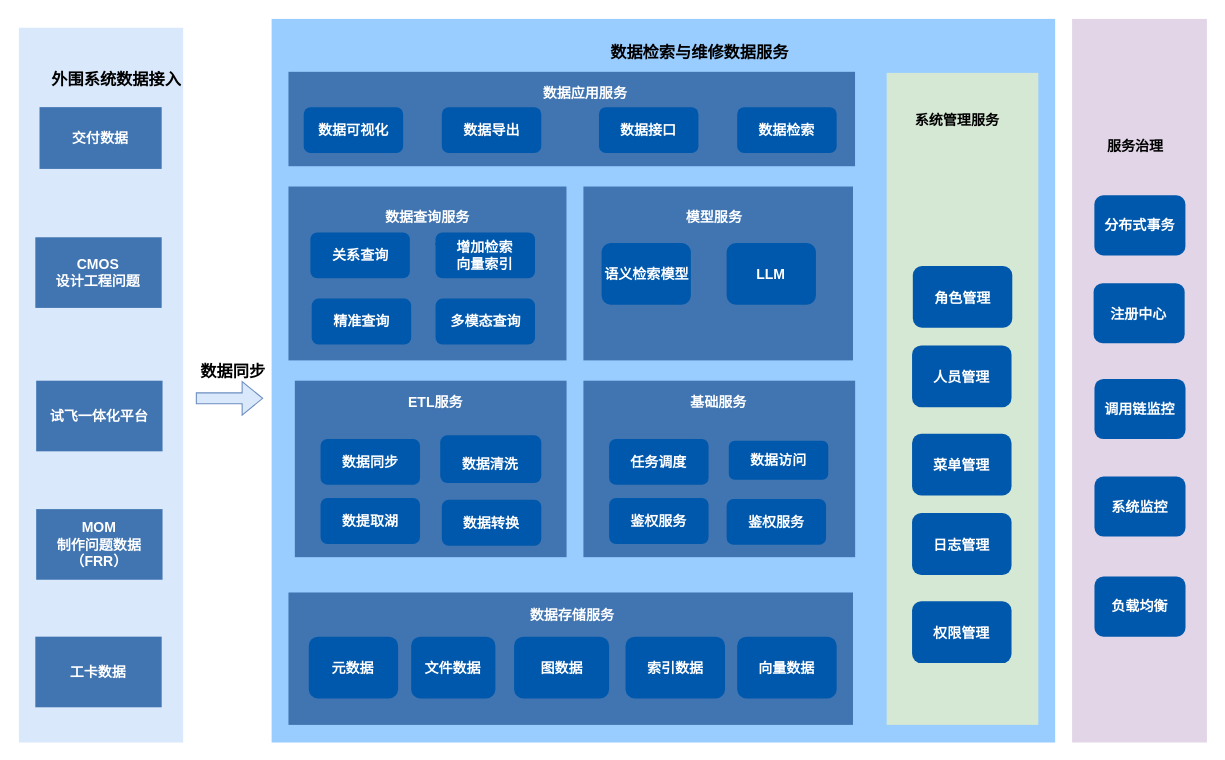
Earlier version of the draw.io diagram 数据检索与维修数据服/数据检索与维修数据服.drawio (DemonHan/KuickBuy). Source tidied: cells renumbered, new cells numbered last; positions are measured from the earlier drawing's top-left corner, leaving out a move shared by most shapes. Both pictures are drawn from the tidied source at 108%, with x=0, y=0 at pixel (18, 18).
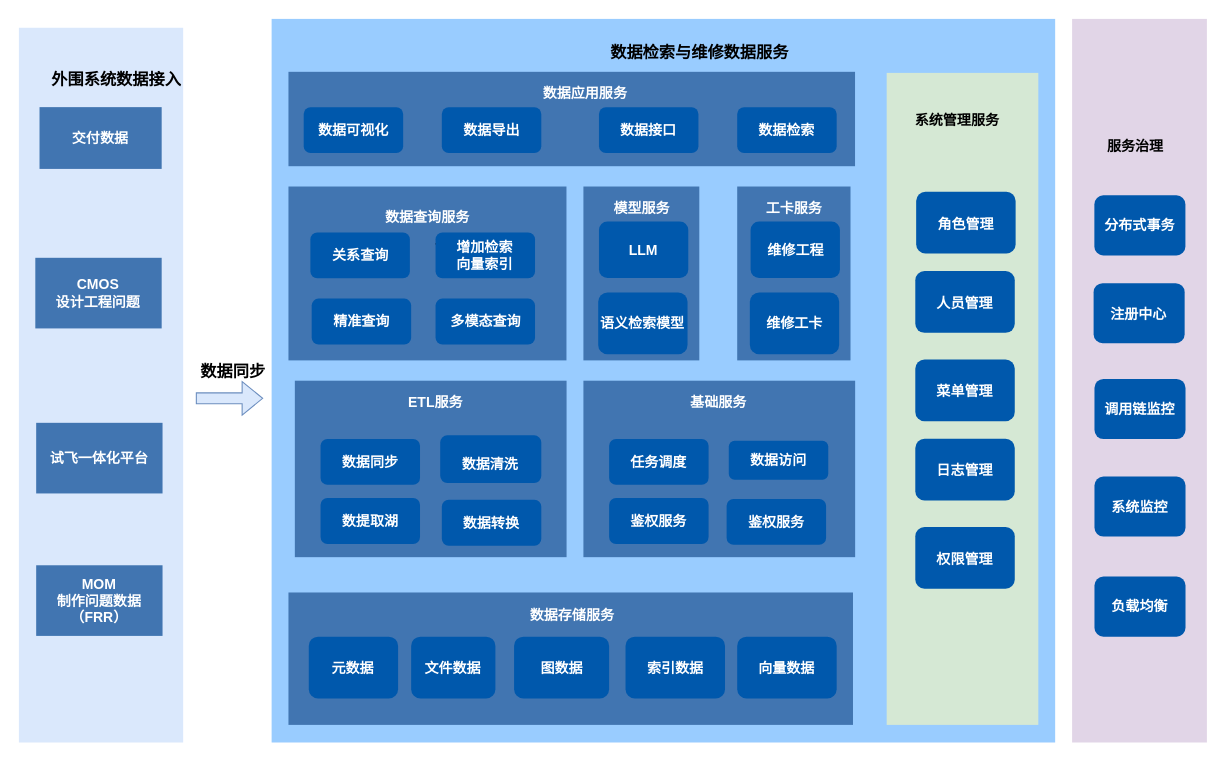
The same page after the edit.

Commit message (it also covers changes not shown here):
更新数据检索与维修数据服.drawio

Change to the diagram source:
```diff
@@
     <mxCell id="8" value="&lt;span style=&quot;color: rgb(255, 255, 255);&quot;&gt;CMOS&lt;/span&gt;&lt;div style=&quot;color: rgb(255, 255, 255);&quot;&gt;设计工程问题&lt;/div&gt;" style="rounded=0;whiteSpace=wrap;html=1;fillColor=#4175B1;fontStyle=1;fontSize=13;strokeColor=none;" parent="1" vertex="1">
-      <mxGeometry x="15.2" y="202.2" width="117" height="65.4" as="geometry" />
+      <mxGeometry x="15.2" y="221.2" width="117" height="65.4" as="geometry" />
     </mxCell>
     <mxCell id="9" value="&lt;span style=&quot;color: rgb(255, 255, 255);&quot;&gt;试飞一体化平台&lt;/span&gt;" style="rounded=0;whiteSpace=wrap;html=1;fillColor=#4175B1;fontStyle=1;fontSize=13;strokeColor=none;" parent="1" vertex="1">
-      <mxGeometry x="16" y="335" width="117" height="65.4" as="geometry" />
+      <mxGeometry x="16" y="374" width="117" height="65.4" as="geometry" />
     </mxCell>
     <mxCell id="10" value="&lt;span style=&quot;color: rgb(255, 255, 255);&quot;&gt;MOM&lt;/span&gt;&lt;div style=&quot;color: rgb(255, 255, 255);&quot;&gt;制作问题数据（FRR）&lt;/div&gt;" style="rounded=0;whiteSpace=wrap;html=1;fillColor=#4175B1;fontStyle=1;fontSize=13;strokeColor=none;" parent="1" vertex="1">
-      <mxGeometry x="16" y="453.9" width="117" height="65.4" as="geometry" />
+      <mxGeometry x="16" y="505.9" width="117" height="65.4" as="geometry" />
     </mxCell>
@@
     <mxCell id="20" style="group;" parent="1" vertex="1">
-      <mxGeometry x="827.7" y="228.8" width="92.1" height="57.2" as="geometry" />
+      <mxGeometry x="830.8" y="160" width="92.1" height="57.2" as="geometry" />
     </mxCell>
@@
     <mxCell id="23" style="group;" parent="1" vertex="1">
-      <mxGeometry x="827" y="302.3" width="92.1" height="57.2" as="geometry" />
+      <mxGeometry x="830" y="233.5" width="92.1" height="57.2" as="geometry" />
     </mxCell>
@@
     <mxCell id="26" style="group;" parent="1" vertex="1">
-      <mxGeometry x="827" y="375.9" width="92.1" height="57.2" as="geometry" />
+      <mxGeometry x="830" y="307.1" width="92.1" height="57.2" as="geometry" />
     </mxCell>
@@
     <mxCell id="29" style="group;" parent="1" vertex="1">
-      <mxGeometry x="827" y="449.4" width="92.1" height="57.2" as="geometry" />
+      <mxGeometry x="830" y="380.6" width="92.1" height="57.2" as="geometry" />
     </mxCell>
@@
     <mxCell id="32" style="group;" parent="1" vertex="1">
-      <mxGeometry x="827" y="539.3" width="92.1" height="57.2" as="geometry" />
+      <mxGeometry x="830" y="470.5" width="92.1" height="57.2" as="geometry" />
     </mxCell>
@@
-    <mxCell id="58" value="&lt;span style=&quot;color: rgb(255, 255, 255);&quot;&gt;工卡数据&lt;/span&gt;" style="rounded=0;whiteSpace=wrap;html=1;fillColor=#4175B1;fontStyle=1;fontSize=13;strokeColor=none;" parent="1" vertex="1">
-      <mxGeometry x="15.2" y="572" width="117" height="65.4" as="geometry" />
-    </mxCell>
@@
     <mxCell id="83" style="rounded=0;whiteSpace=wrap;html=1;fillColor=#4175B1;fontStyle=1;fontSize=13;strokeColor=none;" parent="1" vertex="1">
-      <mxGeometry x="522.7" y="155.2" width="249.6" height="161" as="geometry" />
+      <mxGeometry x="522.7" y="155.2" width="107.3" height="161" as="geometry" />
     </mxCell>
     <mxCell id="84" value="模型服务" style="text;html=1;align=center;verticalAlign=middle;whiteSpace=wrap;rounded=0;fontStyle=1;fontSize=13;strokeColor=none;fontColor=#FFFFFF;" parent="1" vertex="1">
-      <mxGeometry x="608.5" y="171.6" width="70.2" height="24.5" as="geometry" />
+      <mxGeometry x="542.3" y="163" width="70.2" height="24.5" as="geometry" />
     </mxCell>
     <mxCell id="85" value="语义检索模型" style="rounded=1;whiteSpace=wrap;html=1;fontStyle=1;fontSize=13;strokeColor=none;fillColor=#0058AC;fontColor=#FFFFFF;" parent="1" vertex="1">
-      <mxGeometry x="539.5" y="207.5" width="82.7" height="57.2" as="geometry" />
+      <mxGeometry x="536.4" y="253.3" width="82.7" height="57.2" as="geometry" />
     </mxCell>
     <mxCell id="86" value="LLM" style="rounded=1;whiteSpace=wrap;html=1;fontStyle=1;fontSize=13;strokeColor=none;fillColor=#0058AC;fontColor=#FFFFFF;" parent="1" vertex="1">
-      <mxGeometry x="655.3" y="207.5" width="82.7" height="57.2" as="geometry" />
+      <mxGeometry x="537.1" y="187.5" width="82.7" height="52.5" as="geometry" />
     </mxCell>
@@
+    <mxCell id="88" style="rounded=0;whiteSpace=wrap;html=1;fillColor=#4175B1;fontStyle=1;fontSize=13;strokeColor=none;" parent="1" vertex="1">
+      <mxGeometry x="665.1" y="155.2" width="104.9" height="161" as="geometry" />
+    </mxCell>
+    <mxCell id="89" value="工卡服务" style="text;html=1;align=center;verticalAlign=middle;whiteSpace=wrap;rounded=0;fontStyle=1;fontSize=13;strokeColor=none;fontColor=#FFFFFF;" parent="1" vertex="1">
+      <mxGeometry x="682.7" y="163" width="70.2" height="24.5" as="geometry" />
+    </mxCell>
+    <mxCell id="90" value="维修工卡" style="rounded=1;whiteSpace=wrap;html=1;fontStyle=1;fontSize=13;strokeColor=none;fillColor=#0058AC;fontColor=#FFFFFF;" parent="1" vertex="1">
+      <mxGeometry x="676.8" y="253.3" width="82.7" height="57.2" as="geometry" />
+    </mxCell>
+    <mxCell id="91" value="维修工程" style="rounded=1;whiteSpace=wrap;html=1;fontStyle=1;fontSize=13;strokeColor=none;fillColor=#0058AC;fontColor=#FFFFFF;" parent="1" vertex="1">
+      <mxGeometry x="677.5" y="187.5" width="82.7" height="52.5" as="geometry" />
+    </mxCell>
```
